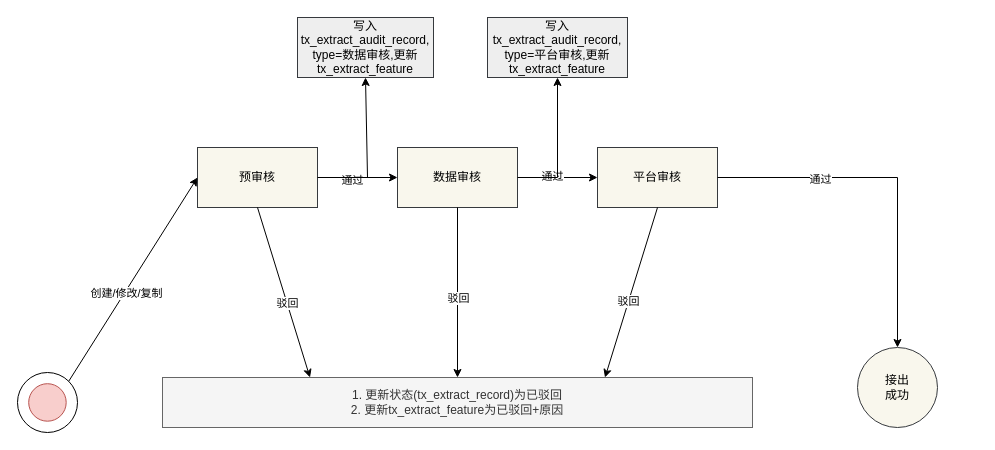
Before: audit_flow.drawio in learn2Pro/draw_io_save, a draw.io diagram. Source tidied: cells renumbered, new cells numbered last; positions are measured from the earlier drawing's top-left corner, leaving out a move shared by most shapes. Both pictures are drawn from the tidied source at 100%, with x=0, y=0 at pixel (17, 17).
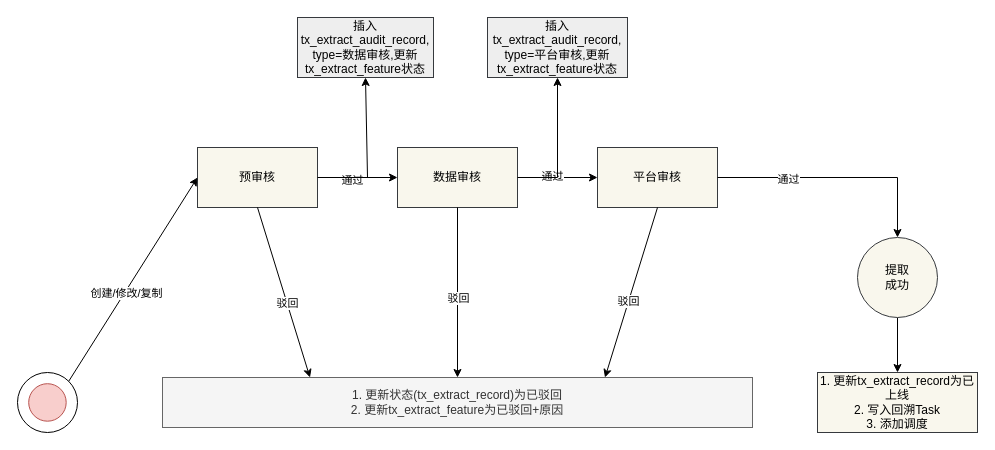
Above is the later version.

Diff of the diagram source:
```diff
@@
+    <mxCell id="28" style="edgeStyle=orthogonalEdgeStyle;rounded=0;jettySize=auto;html=1;" parent="1" edge="1" source="14" target="29">
+      <mxGeometry relative="1" as="geometry" />
+    </mxCell>
-    <mxCell id="14" value="接出&lt;br&gt;成功" style="ellipse;whiteSpace=wrap;html=1;fillColor=#f9f7ed;strokeColor=#36393d;" parent="1" vertex="1">
-      <mxGeometry x="840" y="330" width="80" height="80" as="geometry" />
+    <mxCell id="14" value="提取&lt;br&gt;成功" style="ellipse;whiteSpace=wrap;html=1;fillColor=#f9f7ed;strokeColor=#36393d;" parent="1" vertex="1">
+      <mxGeometry x="840" y="220" width="80" height="80" as="geometry" />
     </mxCell>
@@
-    <mxCell id="24" value="写入tx_extract_audit_record, type=数据审核,更新tx_extract_feature" style="rounded=0;whiteSpace=wrap;html=1;fillColor=#eeeeee;strokeColor=#36393d;" parent="1" vertex="1">
+    <mxCell id="24" value="插入tx_extract_audit_record, type=数据审核,更新tx_extract_feature状态" style="rounded=0;whiteSpace=wrap;html=1;fillColor=#eeeeee;strokeColor=#36393d;" parent="1" vertex="1">
       <mxGeometry x="280" width="136" height="60" as="geometry" />
     </mxCell>
@@
-    <mxCell id="26" value="写入tx_extract_audit_record, type=平台审核,更新tx_extract_feature" style="rounded=0;whiteSpace=wrap;html=1;fillColor=#eeeeee;strokeColor=#36393d;" parent="1" vertex="1">
+    <mxCell id="26" value="插入tx_extract_audit_record, type=平台审核,更新tx_extract_feature状态" style="rounded=0;whiteSpace=wrap;html=1;fillColor=#eeeeee;strokeColor=#36393d;" parent="1" vertex="1">
       <mxGeometry x="470" width="140" height="60" as="geometry" />
     </mxCell>
@@
+    <mxCell id="29" value="1. 更新tx_extract_record为已上线&lt;br&gt;2. 写入回溯Task&lt;br&gt;3. 添加调度" style="whiteSpace=wrap;html=1;fillColor=#f9f7ed;strokeColor=#36393d;" parent="1" vertex="1">
+      <mxGeometry x="800" y="355" width="160" height="60" as="geometry" />
+    </mxCell>
```
